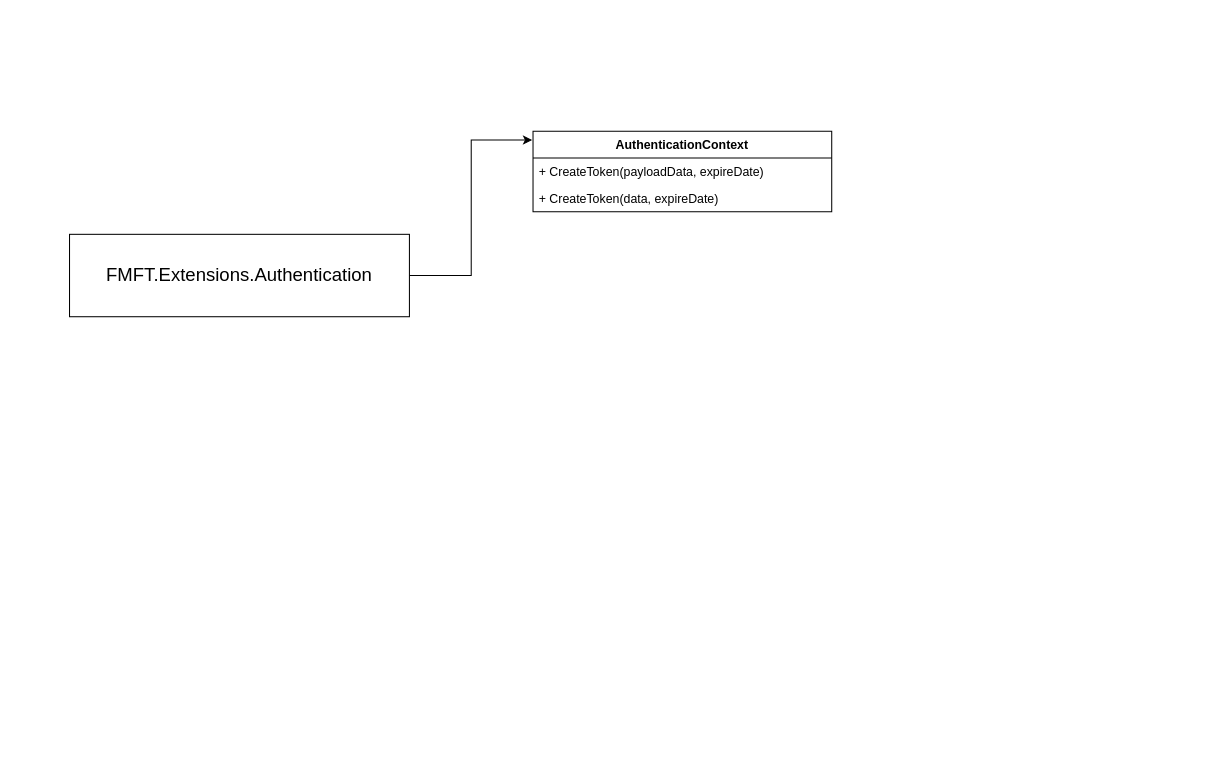
RestoreMonarchy/FMFT keeps this draw.io diagram as page "JWT" (2 of 2) of docs/FMFT.drawio. Above is the earlier version. Source tidied: cells renumbered, new cells numbered last; positions are measured from the earlier drawing's top-left corner, leaving out a move shared by most shapes. Both pictures are drawn from the tidied source at 103%, with x=0, y=0 at pixel (69, 131).
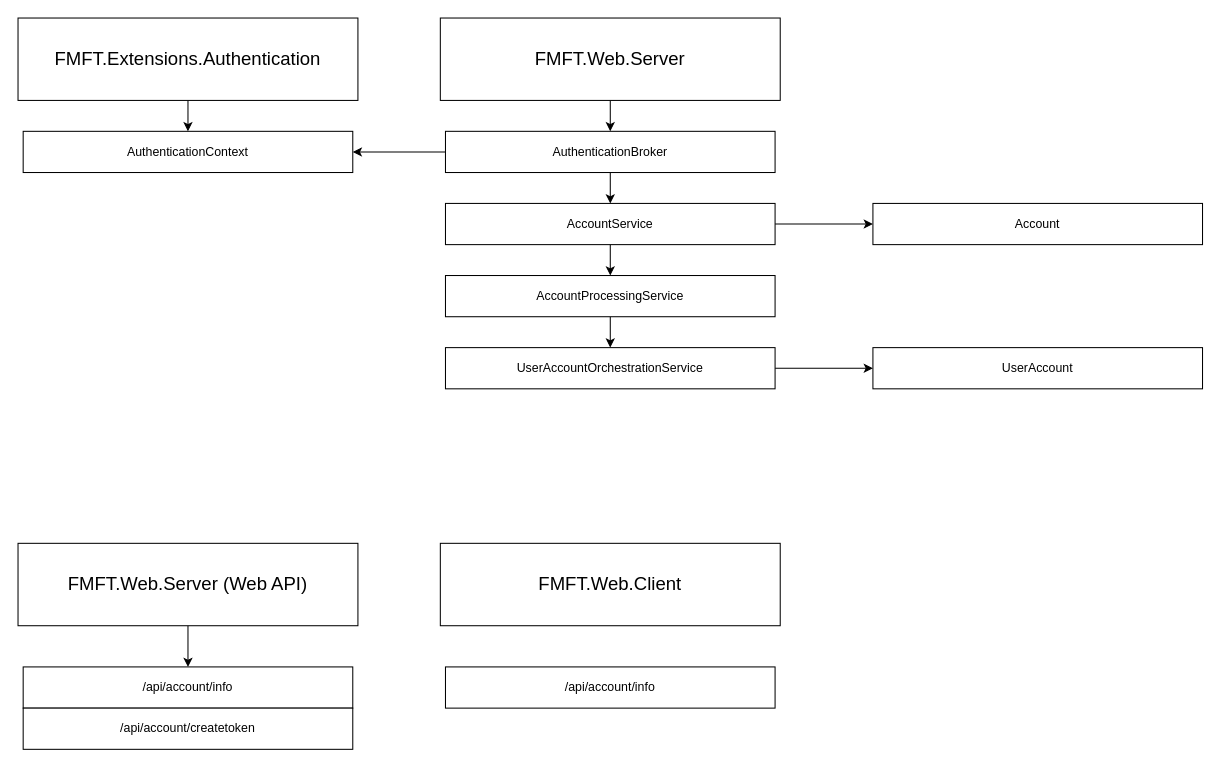
The same diagram, later.

The edit, as a diff of the source:
```diff
@@
-    <mxCell id="2" style="edgeStyle=orthogonalEdgeStyle;rounded=0;jettySize=auto;html=1;entryX=-0.003;entryY=0.109;entryDx=0;entryDy=0;entryPerimeter=0;" parent="1" edge="1" source="3" target="4">
+    <mxCell id="2" style="edgeStyle=orthogonalEdgeStyle;rounded=0;jettySize=auto;html=1;entryX=0.5;entryY=0;entryDx=0;entryDy=0;" parent="1" edge="1" source="3" target="4">
       <mxGeometry relative="1" as="geometry" />
     </mxCell>
     <mxCell id="3" value="&lt;font style=&quot;font-size: 18px&quot;&gt;FMFT.Extensions.Authentication&lt;/font&gt;" style="rounded=0;whiteSpace=wrap;html=1;" parent="1" vertex="1">
-      <mxGeometry y="100" width="330" height="80" as="geometry" />
+      <mxGeometry x="-50" y="-110" width="330" height="80" as="geometry" />
     </mxCell>
-    <mxCell id="4" value="AuthenticationContext" style="swimlane;fontStyle=1;align=center;verticalAlign=top;horizontal=1;startSize=26;" parent="1" vertex="1">
-      <mxGeometry x="450" width="290" height="78" as="geometry" />
+    <mxCell id="4" value="AuthenticationContext" style="rounded=0;whiteSpace=wrap;html=1;" parent="1" vertex="1">
+      <mxGeometry x="-45" width="320" height="40" as="geometry" />
     </mxCell>
-    <mxCell id="5" value="+ CreateToken(payloadData, expireDate)" style="text;strokeColor=none;fillColor=none;align=left;verticalAlign=top;spacingLeft=4;spacingRight=4;overflow=hidden;" parent="4" vertex="1">
-      <mxGeometry y="26" width="290" height="26" as="geometry" />
-    </mxCell>
-    <mxCell id="6" value="+ CreateToken(data, expireDate)" style="text;strokeColor=none;fillColor=none;align=left;verticalAlign=top;spacingLeft=4;spacingRight=4;overflow=hidden;" parent="4" vertex="1">
-      <mxGeometry y="52" width="290" height="26" as="geometry" />
-    </mxCell>
+    <mxCell id="7" style="edgeStyle=orthogonalEdgeStyle;rounded=0;jettySize=auto;html=1;entryX=0.5;entryY=0;entryDx=0;entryDy=0;" parent="1" edge="1" source="9" target="12">
+      <mxGeometry relative="1" as="geometry" />
+    </mxCell>
+    <mxCell id="8" style="edgeStyle=orthogonalEdgeStyle;rounded=0;jettySize=auto;html=1;exitX=1;exitY=0.5;exitDx=0;exitDy=0;" parent="1" edge="1" source="14" target="17">
+      <mxGeometry relative="1" as="geometry" />
+    </mxCell>
+    <mxCell id="9" value="&lt;font style=&quot;font-size: 18px&quot;&gt;FMFT.Web.Server&lt;/font&gt;" style="rounded=0;whiteSpace=wrap;html=1;" parent="1" vertex="1">
+      <mxGeometry x="360" y="-110" width="330" height="80" as="geometry" />
+    </mxCell>
+    <mxCell id="10" style="edgeStyle=orthogonalEdgeStyle;rounded=0;jettySize=auto;html=1;entryX=1;entryY=0.5;entryDx=0;entryDy=0;" parent="1" edge="1" source="12" target="4">
+      <mxGeometry relative="1" as="geometry" />
+    </mxCell>
+    <mxCell id="11" style="edgeStyle=orthogonalEdgeStyle;rounded=0;jettySize=auto;html=1;entryX=0.5;entryY=0;entryDx=0;entryDy=0;" parent="1" edge="1" source="12" target="14">
+      <mxGeometry relative="1" as="geometry" />
+    </mxCell>
+    <mxCell id="12" value="AuthenticationBroker" style="rounded=0;whiteSpace=wrap;html=1;" parent="1" vertex="1">
+      <mxGeometry x="365" width="320" height="40" as="geometry" />
+    </mxCell>
+    <mxCell id="13" style="edgeStyle=orthogonalEdgeStyle;rounded=0;jettySize=auto;html=1;entryX=0.5;entryY=0;entryDx=0;entryDy=0;" parent="1" edge="1" source="14" target="16">
+      <mxGeometry relative="1" as="geometry" />
+    </mxCell>
+    <mxCell id="14" value="AccountService" style="rounded=0;whiteSpace=wrap;html=1;" parent="1" vertex="1">
+      <mxGeometry x="365" y="70" width="320" height="40" as="geometry" />
+    </mxCell>
+    <mxCell id="15" style="edgeStyle=orthogonalEdgeStyle;rounded=0;jettySize=auto;html=1;" parent="1" edge="1" source="16" target="19">
+      <mxGeometry relative="1" as="geometry" />
+    </mxCell>
+    <mxCell id="16" value="AccountProcessingService" style="rounded=0;whiteSpace=wrap;html=1;" parent="1" vertex="1">
+      <mxGeometry x="365" y="140" width="320" height="40" as="geometry" />
+    </mxCell>
+    <mxCell id="17" value="Account" style="rounded=0;whiteSpace=wrap;html=1;" parent="1" vertex="1">
+      <mxGeometry x="780" y="70" width="320" height="40" as="geometry" />
+    </mxCell>
+    <mxCell id="18" style="edgeStyle=orthogonalEdgeStyle;rounded=0;jettySize=auto;html=1;" parent="1" edge="1" source="19" target="20">
+      <mxGeometry relative="1" as="geometry" />
+    </mxCell>
+    <mxCell id="19" value="UserAccountOrchestrationService" style="rounded=0;whiteSpace=wrap;html=1;" parent="1" vertex="1">
+      <mxGeometry x="365" y="210" width="320" height="40" as="geometry" />
+    </mxCell>
+    <mxCell id="20" value="UserAccount" style="rounded=0;whiteSpace=wrap;html=1;" parent="1" vertex="1">
+      <mxGeometry x="780" y="210" width="320" height="40" as="geometry" />
+    </mxCell>
+    <mxCell id="21" value="&lt;font style=&quot;font-size: 18px&quot;&gt;FMFT.Web.Client&lt;/font&gt;" style="rounded=0;whiteSpace=wrap;html=1;" parent="1" vertex="1">
+      <mxGeometry x="360" y="400" width="330" height="80" as="geometry" />
+    </mxCell>
+    <mxCell id="22" style="edgeStyle=orthogonalEdgeStyle;rounded=0;jettySize=auto;html=1;entryX=0.5;entryY=0;entryDx=0;entryDy=0;" parent="1" edge="1" source="23" target="24">
+      <mxGeometry relative="1" as="geometry" />
+    </mxCell>
+    <mxCell id="23" value="&lt;font style=&quot;font-size: 18px&quot;&gt;FMFT.Web.Server (Web API)&lt;/font&gt;" style="rounded=0;whiteSpace=wrap;html=1;" parent="1" vertex="1">
+      <mxGeometry x="-50" y="400" width="330" height="80" as="geometry" />
+    </mxCell>
+    <mxCell id="24" value="/api/account/info" style="rounded=0;whiteSpace=wrap;html=1;" parent="1" vertex="1">
+      <mxGeometry x="-45" y="520" width="320" height="40" as="geometry" />
+    </mxCell>
+    <mxCell id="25" value="/api/account/createtoken" style="rounded=0;whiteSpace=wrap;html=1;" parent="1" vertex="1">
+      <mxGeometry x="-45" y="560" width="320" height="40" as="geometry" />
+    </mxCell>
+    <mxCell id="26" value="/api/account/info" style="rounded=0;whiteSpace=wrap;html=1;" parent="1" vertex="1">
+      <mxGeometry x="365" y="520" width="320" height="40" as="geometry" />
+    </mxCell>
```
